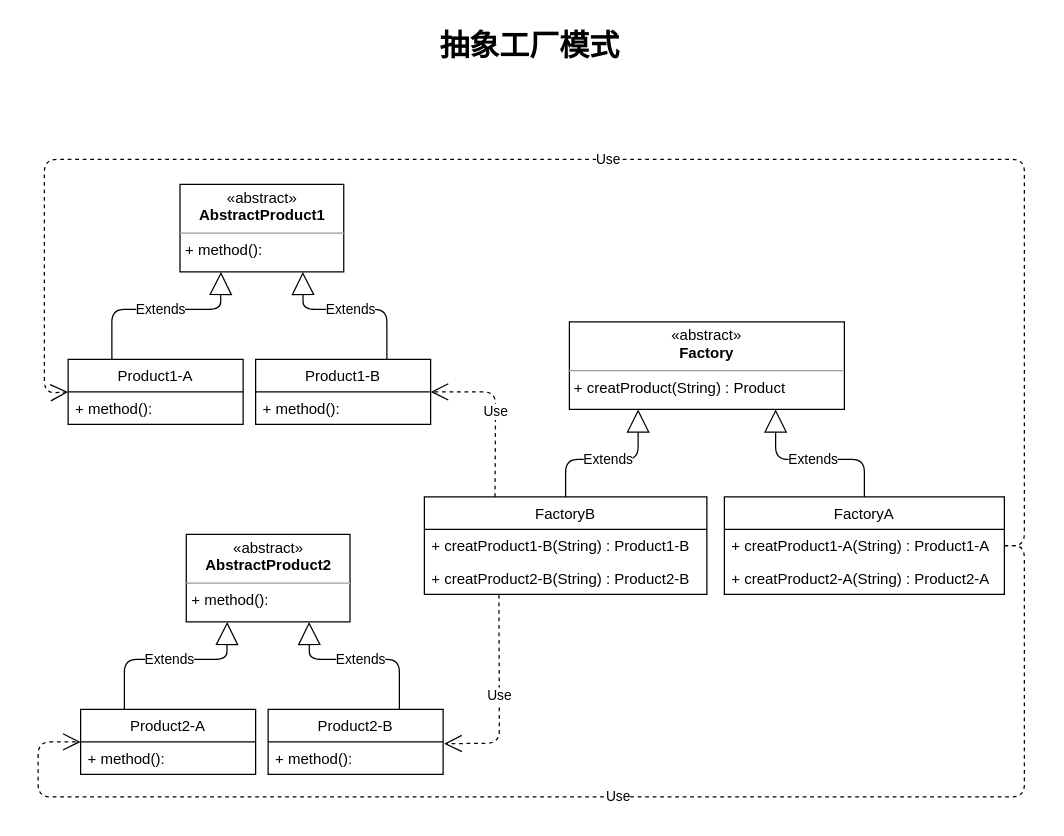
Before: AbstractFactoryPattern.drawio in rise0608/UML_practice, a draw.io diagram. Source tidied: cells renumbered, new cells numbered last; positions are measured from the earlier drawing's top-left corner, leaving out a move shared by most shapes. Both pictures are drawn from the tidied source at 125%, with x=0, y=0 at pixel (38, 21).
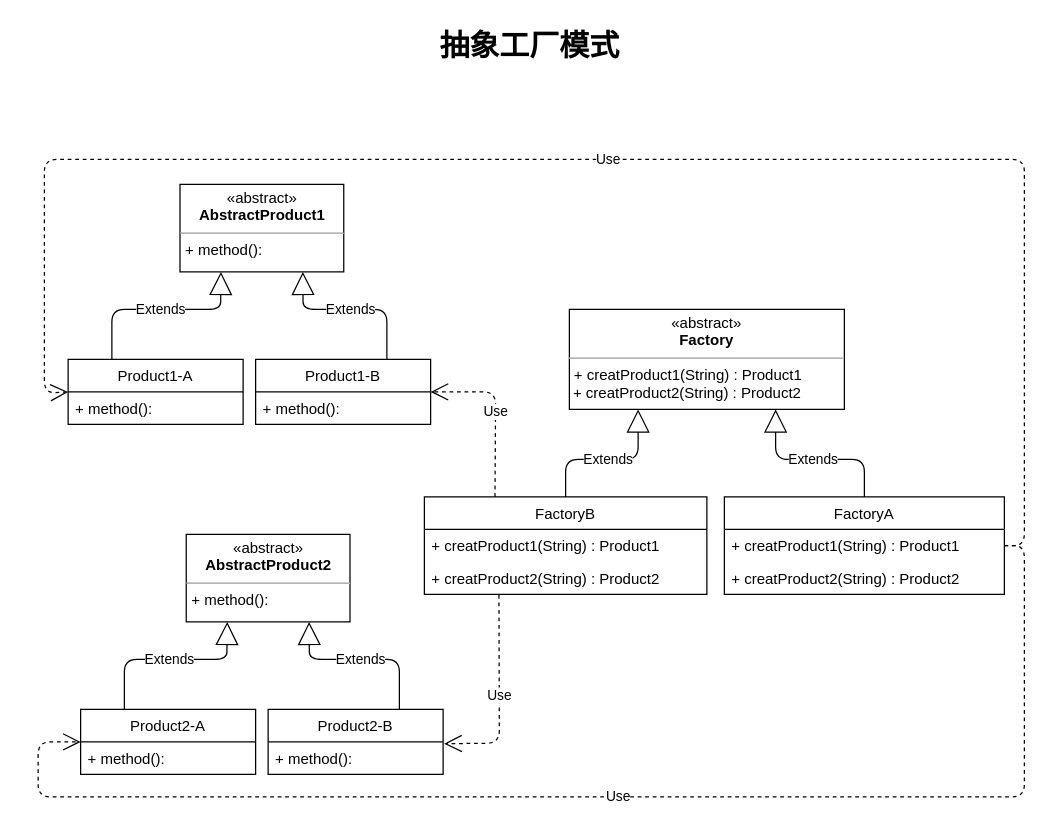
After the change.

Unchanged cells that the change refers to:
```xml
<mxCell id="2" value="FactoryA" style="swimlane;fontStyle=0;horizontal=1;startSize=26;fillColor=none;" parent="1" vertex="1">
  <mxGeometry x="549" y="380" width="224" height="78" as="geometry" />
</mxCell>
<mxCell id="12" value="FactoryB" style="swimlane;fontStyle=0;horizontal=1;startSize=26;fillColor=none;" parent="1" vertex="1">
  <mxGeometry x="309" y="380" width="226" height="78" as="geometry" />
</mxCell>
```

The edit, as a diff of the source:
```diff
@@
-    <mxCell id="3" value="+ creatProduct1-A(String) : Product1-A" style="text;strokeColor=none;fillColor=none;align=left;verticalAlign=top;spacingLeft=4;spacingRight=4;overflow=hidden;points=[[0,0.5],[1,0.5]];portConstraint=eastwest;" parent="2" vertex="1">
+    <mxCell id="3" value="+ creatProduct1(String) : Product1" style="text;strokeColor=none;fillColor=none;align=left;verticalAlign=top;spacingLeft=4;spacingRight=4;overflow=hidden;points=[[0,0.5],[1,0.5]];portConstraint=eastwest;" parent="2" vertex="1">
       <mxGeometry y="26" width="224" height="26" as="geometry" />
     </mxCell>
-    <mxCell id="4" value="+ creatProduct2-A(String) : Product2-A" style="text;strokeColor=none;fillColor=none;align=left;verticalAlign=top;spacingLeft=4;spacingRight=4;overflow=hidden;" parent="2" vertex="1">
+    <mxCell id="4" value="+ creatProduct2(String) : Product2" style="text;strokeColor=none;fillColor=none;align=left;verticalAlign=top;spacingLeft=4;spacingRight=4;overflow=hidden;" parent="2" vertex="1">
       <mxGeometry y="52" width="224" height="26" as="geometry" />
     </mxCell>
@@
-    <mxCell id="13" value="+ creatProduct1-B(String) : Product1-B " style="text;strokeColor=none;fillColor=none;align=left;verticalAlign=top;spacingLeft=4;spacingRight=4;overflow=hidden;" parent="12" vertex="1">
+    <mxCell id="13" value="+ creatProduct1(String) : Product1" style="text;strokeColor=none;fillColor=none;align=left;verticalAlign=top;spacingLeft=4;spacingRight=4;overflow=hidden;" parent="12" vertex="1">
       <mxGeometry y="26" width="226" height="26" as="geometry" />
     </mxCell>
-    <mxCell id="14" value="+ creatProduct2-B(String) : Product2-B " style="text;strokeColor=none;fillColor=none;align=left;verticalAlign=top;spacingLeft=4;spacingRight=4;overflow=hidden;points=[[0,0.5],[1,0.5]];portConstraint=eastwest;" parent="12" vertex="1">
+    <mxCell id="14" value="+ creatProduct2(String) : Product2 " style="text;strokeColor=none;fillColor=none;align=left;verticalAlign=top;spacingLeft=4;spacingRight=4;overflow=hidden;points=[[0,0.5],[1,0.5]];portConstraint=eastwest;" parent="12" vertex="1">
       <mxGeometry y="52" width="226" height="26" as="geometry" />
     </mxCell>
@@
-    <mxCell id="16" value="&lt;p style=&quot;margin: 0px ; margin-top: 4px ; text-align: center&quot;&gt;«abstract»&lt;br&gt;&lt;b&gt;Factory&lt;/b&gt;&lt;/p&gt;&lt;hr size=&quot;1&quot;&gt;&lt;p style=&quot;margin: 0px ; margin-left: 4px&quot;&gt;+ creatProduct(String) : Product&amp;nbsp;&lt;br&gt;&lt;/p&gt;" style="verticalAlign=top;align=left;overflow=fill;fontSize=12;fontFamily=Helvetica;html=1;" parent="1" vertex="1">
-      <mxGeometry x="425" y="240" width="220" height="70" as="geometry" />
+    <mxCell id="16" value="&lt;p style=&quot;margin: 0px ; margin-top: 4px ; text-align: center&quot;&gt;«abstract»&lt;br&gt;&lt;b&gt;Factory&lt;/b&gt;&lt;/p&gt;&lt;hr size=&quot;1&quot;&gt;&lt;p style=&quot;margin: 0px ; margin-left: 4px&quot;&gt;+ creatProduct1(String) : Product1&lt;/p&gt;&amp;nbsp;+ creatProduct2(String) : Product2" style="verticalAlign=top;align=left;overflow=fill;fontSize=12;fontFamily=Helvetica;html=1;" parent="1" vertex="1">
+      <mxGeometry x="425" y="230" width="220" height="80" as="geometry" />
     </mxCell>
```
